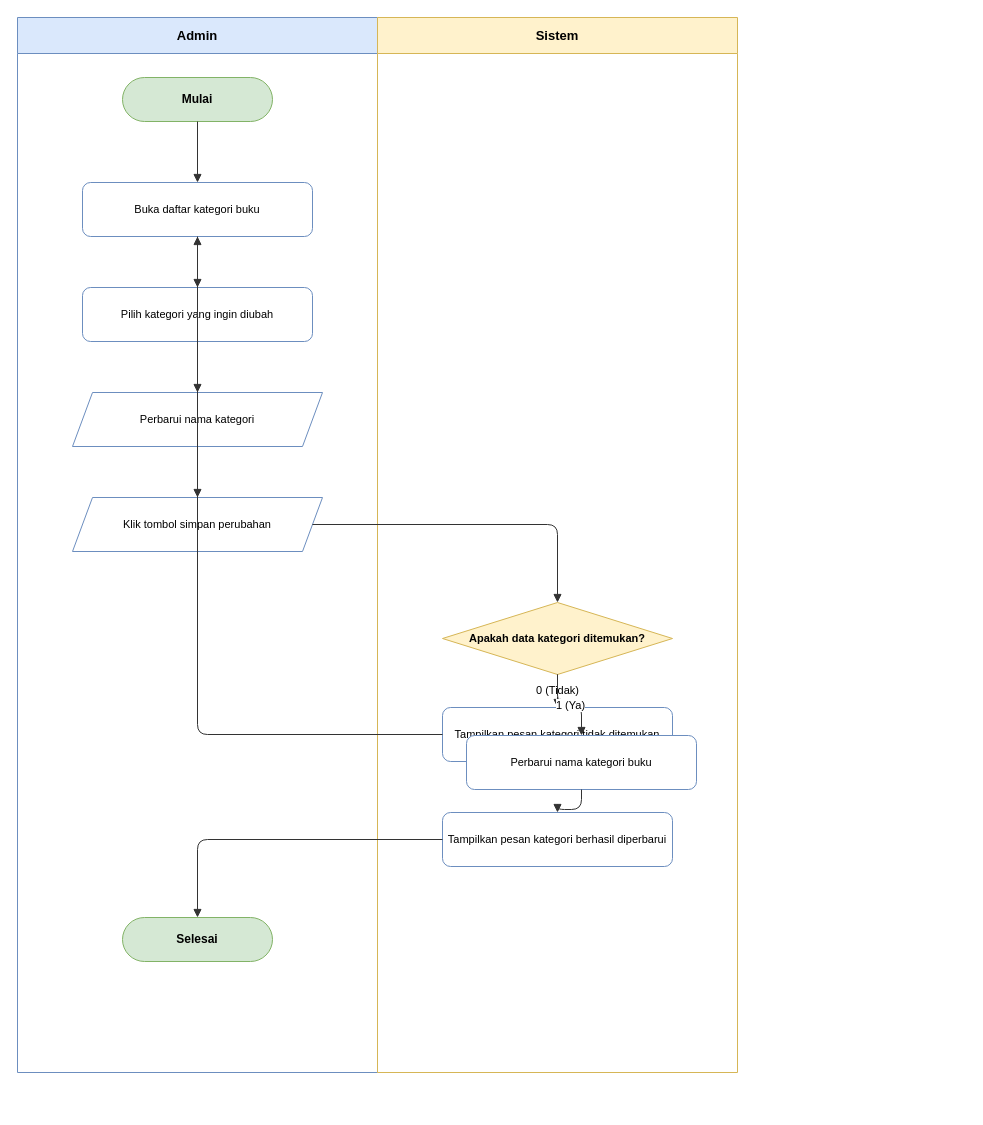
Earlier version of the draw.io diagram docs/diagrams/activity/activity-updatecategory.drawio (dimstyle/ruang-baca). Source tidied: cells renumbered, new cells numbered last; positions are measured from the earlier drawing's top-left corner, leaving out a move shared by most shapes. Both pictures are drawn from the tidied source at 100%, with x=0, y=0 at pixel (17, 17).
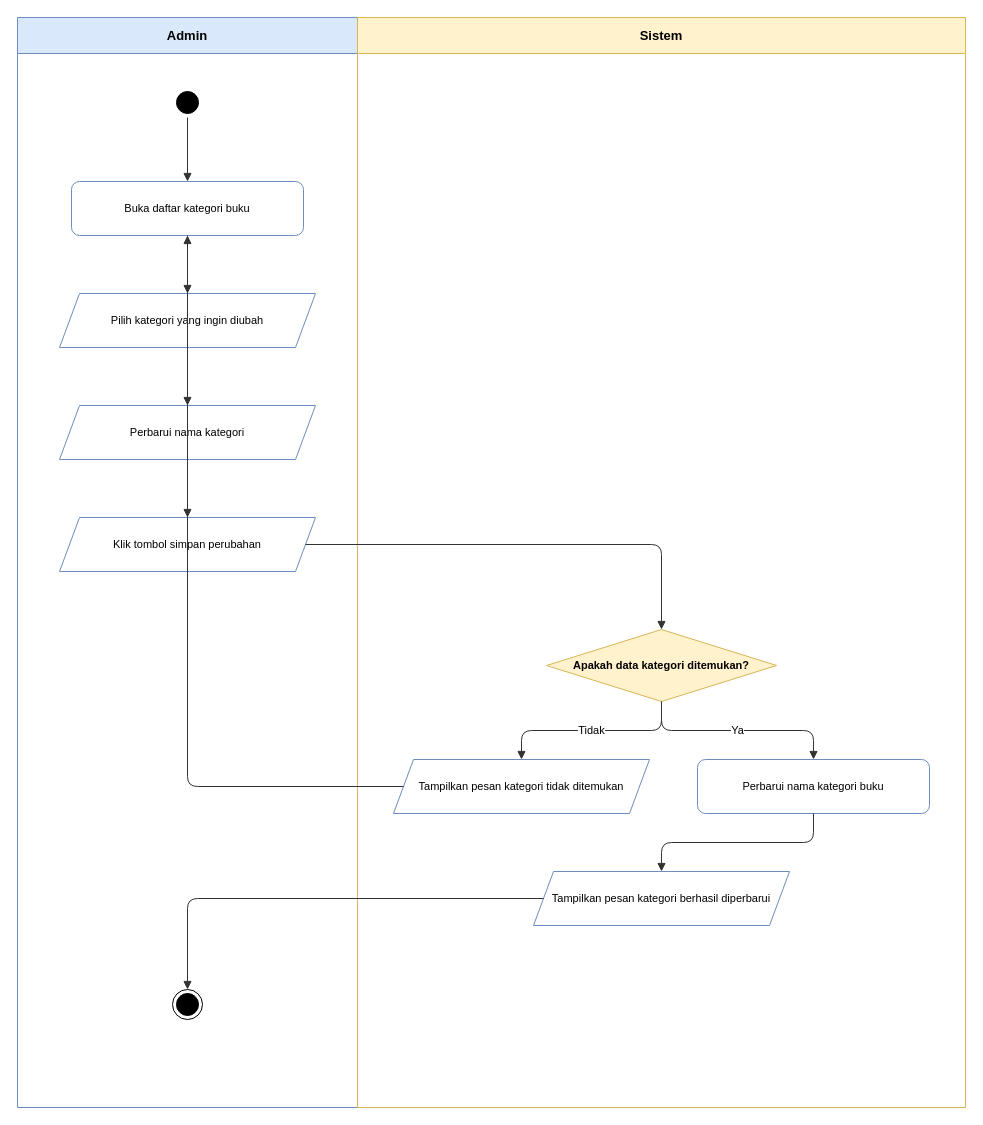
The same page after the edit.

Change to the diagram source:
```diff
@@
     <mxCell id="2" value="Admin" style="swimlane;whiteSpace=wrap;html=1;startSize=36;fillColor=#dae8fc;strokeColor=#6c8ebf;fontStyle=1;fontSize=13;" parent="1" vertex="1">
-      <mxGeometry width="360" height="1055" as="geometry" />
+      <mxGeometry width="340" height="1090" as="geometry" />
     </mxCell>
     <mxCell id="3" value="Sistem" style="swimlane;whiteSpace=wrap;html=1;startSize=36;fillColor=#fff2cc;strokeColor=#d6b656;fontStyle=1;fontSize=13;" parent="1" vertex="1">
-      <mxGeometry x="360" width="360" height="1055" as="geometry" />
+      <mxGeometry x="340" width="608" height="1090" as="geometry" />
     </mxCell>
-    <mxCell id="4" value="Mulai" style="rounded=1;whiteSpace=wrap;html=1;arcSize=50;fillColor=#d5e8d4;strokeColor=#82b366;fontStyle=1;fontSize=12;" parent="2" vertex="1">
-      <mxGeometry x="105" y="60" width="150" height="44" as="geometry" />
+    <mxCell id="4" style="ellipse;html=1;shape=startState;fillColor=#000000;strokeColor=#000000;" parent="2" vertex="1">
+      <mxGeometry x="155" y="70" width="30" height="30" as="geometry" />
     </mxCell>
     <mxCell id="5" value="Buka daftar kategori buku" style="rounded=1;whiteSpace=wrap;html=1;fillColor=#ffffff;strokeColor=#6c8ebf;fontSize=11;" parent="2" vertex="1">
-      <mxGeometry x="65" y="165" width="230" height="54" as="geometry" />
+      <mxGeometry x="54" y="164" width="232" height="54" as="geometry" />
     </mxCell>
-    <mxCell id="6" value="Pilih kategori yang ingin diubah" style="rounded=1;whiteSpace=wrap;html=1;fillColor=#ffffff;strokeColor=#6c8ebf;fontSize=11;" parent="2" vertex="1">
-      <mxGeometry x="65" y="270" width="230" height="54" as="geometry" />
+    <mxCell id="6" value="Pilih kategori yang ingin diubah" style="shape=parallelogram;perimeter=parallelogramPerimeter;whiteSpace=wrap;html=1;fixedSize=1;fillColor=#ffffff;strokeColor=#6c8ebf;fontSize=11;" parent="2" vertex="1">
+      <mxGeometry x="42" y="276" width="256" height="54" as="geometry" />
     </mxCell>
     <mxCell id="7" value="Perbarui nama kategori" style="shape=parallelogram;perimeter=parallelogramPerimeter;whiteSpace=wrap;html=1;fixedSize=1;fillColor=#ffffff;strokeColor=#6c8ebf;fontSize=11;" parent="2" vertex="1">
-      <mxGeometry x="55" y="375" width="250" height="54" as="geometry" />
+      <mxGeometry x="42" y="388" width="256" height="54" as="geometry" />
     </mxCell>
     <mxCell id="8" value="Klik tombol simpan perubahan" style="shape=parallelogram;perimeter=parallelogramPerimeter;whiteSpace=wrap;html=1;fixedSize=1;fillColor=#ffffff;strokeColor=#6c8ebf;fontSize=11;" parent="2" vertex="1">
-      <mxGeometry x="55" y="480" width="250" height="54" as="geometry" />
+      <mxGeometry x="42" y="500" width="256" height="54" as="geometry" />
     </mxCell>
-    <mxCell id="9" value="Selesai" style="rounded=1;whiteSpace=wrap;html=1;arcSize=50;fillColor=#d5e8d4;strokeColor=#82b366;fontStyle=1;fontSize=12;" parent="2" vertex="1">
-      <mxGeometry x="105" y="900" width="150" height="44" as="geometry" />
+    <mxCell id="9" style="ellipse;html=1;shape=endState;fillColor=#000000;strokeColor=#000000;" parent="2" vertex="1">
+      <mxGeometry x="155" y="972" width="30" height="30" as="geometry" />
     </mxCell>
     <mxCell id="10" value="Apakah data kategori ditemukan?" style="rhombus;whiteSpace=wrap;html=1;fillColor=#fff2cc;strokeColor=#d6b656;fontStyle=1;fontSize=11;" parent="3" vertex="1">
-      <mxGeometry x="65" y="585" width="230" height="72" as="geometry" />
+      <mxGeometry x="189" y="612" width="230" height="72" as="geometry" />
     </mxCell>
-    <mxCell id="11" value="Tampilkan pesan kategori tidak ditemukan" style="rounded=1;whiteSpace=wrap;html=1;fillColor=#ffffff;strokeColor=#6c8ebf;fontSize=11;" parent="3" vertex="1">
-      <mxGeometry x="65" y="690" width="230" height="54" as="geometry" />
+    <mxCell id="11" value="Tampilkan pesan kategori tidak ditemukan" style="shape=parallelogram;perimeter=parallelogramPerimeter;whiteSpace=wrap;html=1;fixedSize=1;fillColor=#ffffff;strokeColor=#6c8ebf;fontSize=11;" parent="3" vertex="1">
+      <mxGeometry x="36" y="742" width="256" height="54" as="geometry" />
     </mxCell>
     <mxCell id="12" value="Perbarui nama kategori buku" style="rounded=1;whiteSpace=wrap;html=1;fillColor=#ffffff;strokeColor=#6c8ebf;fontSize=11;" parent="3" vertex="1">
-      <mxGeometry x="89" y="718" width="230" height="54" as="geometry" />
+      <mxGeometry x="340" y="742" width="232" height="54" as="geometry" />
     </mxCell>
-    <mxCell id="13" value="Tampilkan pesan kategori berhasil diperbarui" style="rounded=1;whiteSpace=wrap;html=1;fillColor=#ffffff;strokeColor=#6c8ebf;fontSize=11;" parent="3" vertex="1">
-      <mxGeometry x="65" y="795" width="230" height="54" as="geometry" />
+    <mxCell id="13" value="Tampilkan pesan kategori berhasil diperbarui" style="shape=parallelogram;perimeter=parallelogramPerimeter;whiteSpace=wrap;html=1;fixedSize=1;fillColor=#ffffff;strokeColor=#6c8ebf;fontSize=11;" parent="3" vertex="1">
+      <mxGeometry x="176" y="854" width="256" height="54" as="geometry" />
     </mxCell>
@@
-    <mxCell id="19" value="0 (Tidak)" style="edgeStyle=orthogonalEdgeStyle;rounded=1;jettySize=auto;html=1;endArrow=block;endFill=1;strokeColor=#333333;fontSize=11;labelBackgroundColor=#ffffff;" parent="1" edge="1" source="10" target="11">
+    <mxCell id="19" value="Tidak" style="edgeStyle=orthogonalEdgeStyle;rounded=1;jettySize=auto;html=1;endArrow=block;endFill=1;strokeColor=#333333;fontSize=11;labelBackgroundColor=#ffffff;" parent="1" edge="1" source="10" target="11">
       <mxGeometry relative="1" as="geometry" />
     </mxCell>
@@
-    <mxCell id="21" value="1 (Ya)" style="edgeStyle=orthogonalEdgeStyle;rounded=1;jettySize=auto;html=1;endArrow=block;endFill=1;strokeColor=#333333;fontSize=11;labelBackgroundColor=#ffffff;" parent="1" edge="1" source="10" target="12">
+    <mxCell id="21" value="Ya" style="edgeStyle=orthogonalEdgeStyle;rounded=1;jettySize=auto;html=1;endArrow=block;endFill=1;strokeColor=#333333;fontSize=11;labelBackgroundColor=#ffffff;" parent="1" edge="1" source="10" target="12">
       <mxGeometry relative="1" as="geometry" />
     </mxCell>
```
